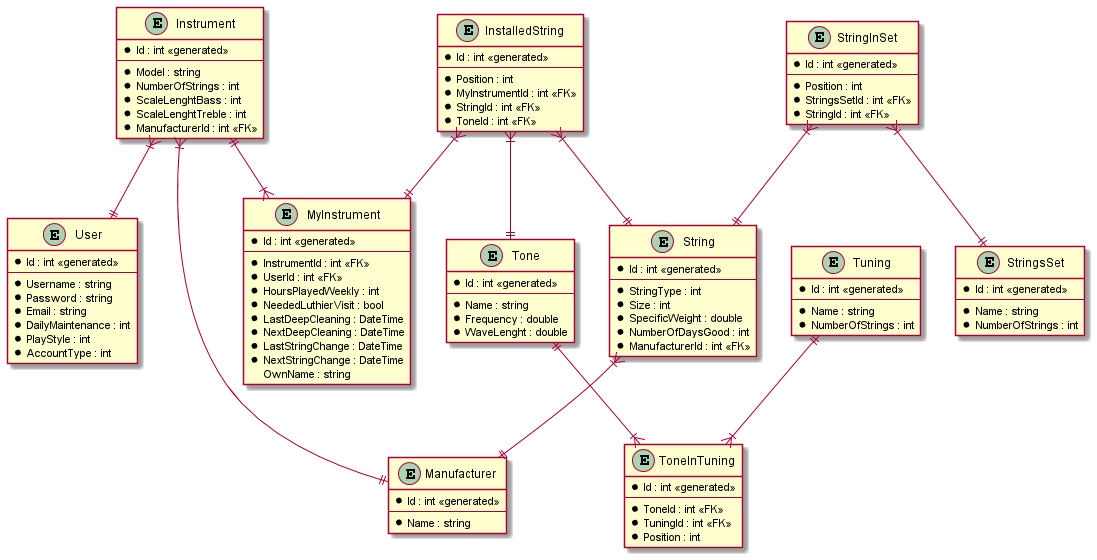
Above: StringManager/UML/EntityRelationshipDiagram/EntityDiagram.png in Jasio182/StringManager (PlantUML), before the change. Source of this version:
```plantuml
@startuml EntityDiagram

entity User
{
    * Id : int <<generated>>
    --
    * Username : string
    * Password : string
    * Email : string
    * DailyMaintenance : int
    * PlayStyle : int
    * AccountType : int
}
entity Tuning
{
    * Id : int <<generated>>
    --
    * Name : string
    * NumberOfStrings : int
}
entity ToneInTuning
{
    * Id : int <<generated>>
    --
    * ToneId : int <<FK>>
    * TuningId : int <<FK>>
    * Position : int
}
entity Tone
{
    * Id : int <<generated>>
    --
    * Name : string
    * Frequency : double
    * WaveLenght : double
}
entity StringsSet
{
    * Id : int <<generated>>
    --
    * Name : string
    * NumberOfStrings : int
}
entity StringInSet
{
    * Id : int <<generated>>
    --
    * Position : int
    * StringsSetId : int <<FK>>
    * StringId : int <<FK>>
}
entity String
{
    * Id : int <<generated>>
    --
    * StringType : int
    * Size : int
    * SpecificWeight : double
    * NumberOfDaysGood : int
    * ManufacturerId : int <<FK>>
}
entity MyInstrument
{
    * Id : int <<generated>>
    --
    * InstrumentId : int <<FK>>
    * UserId : int <<FK>>
    * HoursPlayedWeekly : int
    * NeededLuthierVisit : bool
    * LastDeepCleaning : DateTime
    * NextDeepCleaning : DateTime
    * LastStringChange : DateTime
    * NextStringChange : DateTime
    OwnName : string
}
entity Manufacturer
{
    * Id : int <<generated>>
    --
    * Name : string
}
entity Instrument
{
    * Id : int <<generated>>
    --
    * Model : string
    * NumberOfStrings : int
    * ScaleLenghtBass : int
    * ScaleLenghtTreble : int
    * ManufacturerId : int <<FK>>
}
entity InstalledString
{
    * Id : int <<generated>>
    --
    * Position : int
    * MyInstrumentId : int <<FK>>
    * StringId : int <<FK>>
    * ToneId : int <<FK>>
}

InstalledString}|--||Tone
InstalledString}|--||String
InstalledString}|--||MyInstrument
Instrument||--|{MyInstrument
Instrument}|--||Manufacturer
String}|--||Manufacturer
Instrument}|--||User
StringInSet}|--||String
StringInSet}|--||StringsSet
Tone||--|{ToneInTuning
Tuning||--|{ToneInTuning
@enduml
```
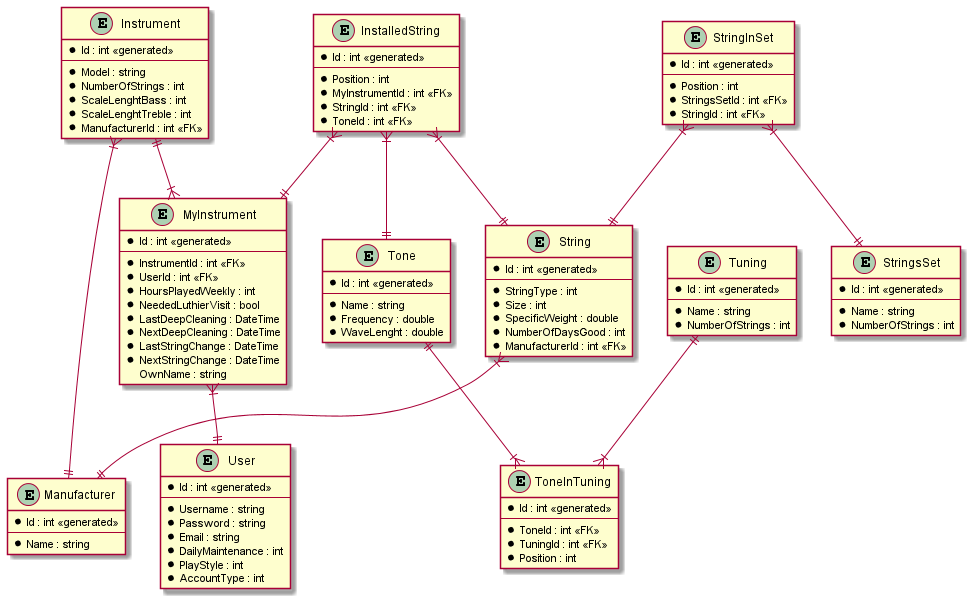
Later version of the same file.

Diff of the diagram source:
```diff
@@ -105,7 +105,7 @@
 Instrument||--|{MyInstrument
 Instrument}|--||Manufacturer
 String}|--||Manufacturer
-Instrument}|--||User
+MyInstrument}|--||User
 StringInSet}|--||String
 StringInSet}|--||StringsSet
 Tone||--|{ToneInTuning
```
